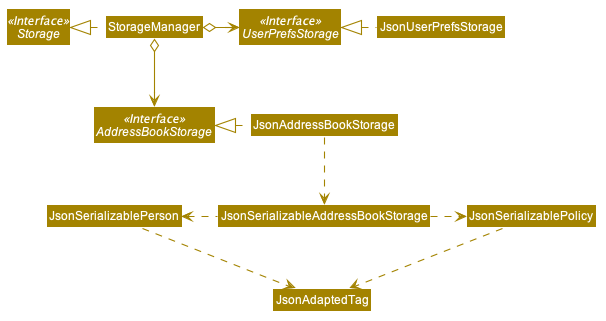
nus-cs2103-AY1920S1/addressbook-level3 keeps this PlantUML diagram as docs/images/StorageClassDiagram.png. Above is the earlier version.
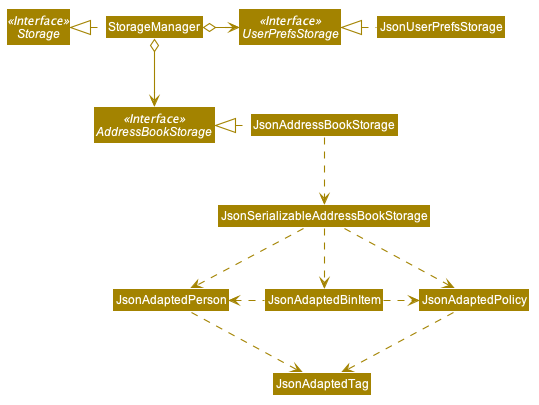
Above is the later version.

What changed in the source:
```diff
@@ -47,6 +47,7 @@
 hide footbox
 hide members
 hide circle
+scale 0.5
 skinparam arrowThickness 1.1
 skinparam arrowColor #A38300
 skinparam classBackgroundColor #A38300
@@ -66,8 +67,11 @@
 JsonUserPrefsStorage .left.|> UserPrefsStorage
 JsonAddressBookStorage .left.|> AddressBookStorage
 JsonAddressBookStorage .down.> JsonSerializableAddressBookStorage
-JsonSerializableAddressBookStorage .left.> JsonSerializablePerson
-JsonSerializablePerson .down.> JsonAdaptedTag
-JsonSerializableAddressBookStorage .right.> JsonSerializablePolicy
-JsonSerializablePolicy .down.> JsonAdaptedTag
+JsonSerializableAddressBookStorage .down.> JsonAdaptedPerson
+JsonAdaptedPerson .down.> JsonAdaptedTag
+JsonSerializableAddressBookStorage .down.> JsonAdaptedPolicy
+JsonAdaptedPolicy .down.> JsonAdaptedTag
+JsonSerializableAddressBookStorage .down.> JsonAdaptedBinItem
+JsonAdaptedBinItem .left.> JsonAdaptedPerson
+JsonAdaptedBinItem .right.> JsonAdaptedPolicy
 @enduml
```
